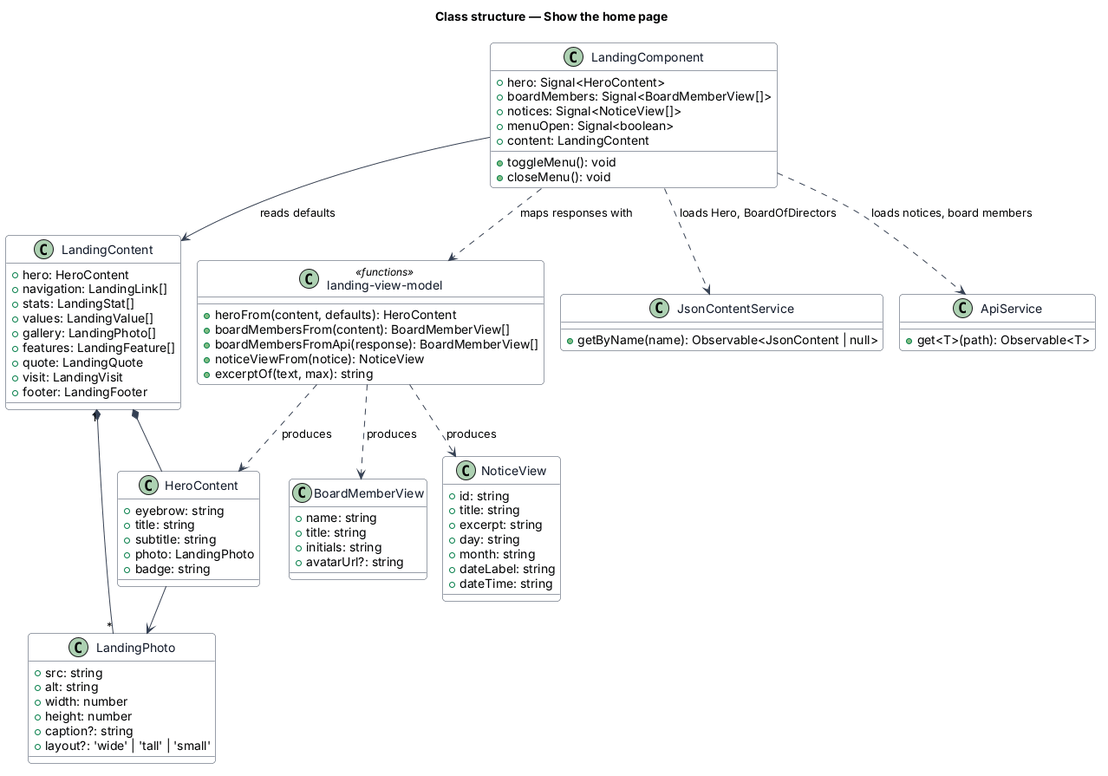
Earlier version of the PlantUML export docs/detailed-designs/public-app/show-home-page/diagrams/class.png (QuinntyneBrown/Coop). Source of this version:
```plantuml
@startuml
!pragma layout smetana
skinparam backgroundColor #FFFFFF
skinparam shadowing false
skinparam roundcorner 8
skinparam defaultFontName Arial
skinparam ArrowColor #344054
skinparam class {
  BorderColor #344054
  FontColor #101828
  BackgroundColor #F9FAFB
}
title Class structure — Show the home page

class LandingComponent {
  +hero: Signal<HeroContent>
  +boardMembers: Signal<BoardMemberView[]>
  +notices: Signal<NoticeView[]>
  +menuOpen: Signal<boolean>
  +content: LandingContent
  +toggleMenu(): void
  +closeMenu(): void
}

class LandingContent {
  +hero: HeroContent
  +navigation: LandingLink[]
  +stats: LandingStat[]
  +values: LandingValue[]
  +gallery: LandingPhoto[]
  +features: LandingFeature[]
  +quote: LandingQuote
  +visit: LandingVisit
  +footer: LandingFooter
}

class HeroContent {
  +eyebrow: string
  +title: string
  +subtitle: string
  +photo: LandingPhoto
  +badge: string
}

class LandingPhoto {
  +src: string
  +alt: string
  +width: number
  +height: number
  +caption?: string
  +layout?: 'wide' | 'tall' | 'small'
}

class BoardMemberView {
  +name: string
  +title: string
  +initials: string
  +avatarUrl?: string
}

class NoticeView {
  +id: string
  +title: string
  +excerpt: string
  +day: string
  +month: string
  +dateLabel: string
  +dateTime: string
}

class "landing-view-model" as VM <<functions>> {
  +heroFrom(content, defaults): HeroContent
  +boardMembersFrom(content): BoardMemberView[]
  +boardMembersFromApi(response): BoardMemberView[]
  +noticeViewFrom(notice): NoticeView
  +excerptOf(text, max): string
}

class JsonContentService {
  +getByName(name): Observable<JsonContent | null>
}

class ApiService {
  +get<T>(path): Observable<T>
}

LandingComponent --> LandingContent : reads defaults
LandingComponent ..> VM : maps responses with
LandingComponent ..> JsonContentService : loads Hero, BoardOfDirectors
LandingComponent ..> ApiService : loads notices, board members
LandingContent *-- HeroContent
LandingContent "1" *-- "*" LandingPhoto
HeroContent --> LandingPhoto
VM ..> HeroContent : produces
VM ..> BoardMemberView : produces
VM ..> NoticeView : produces
@enduml
```
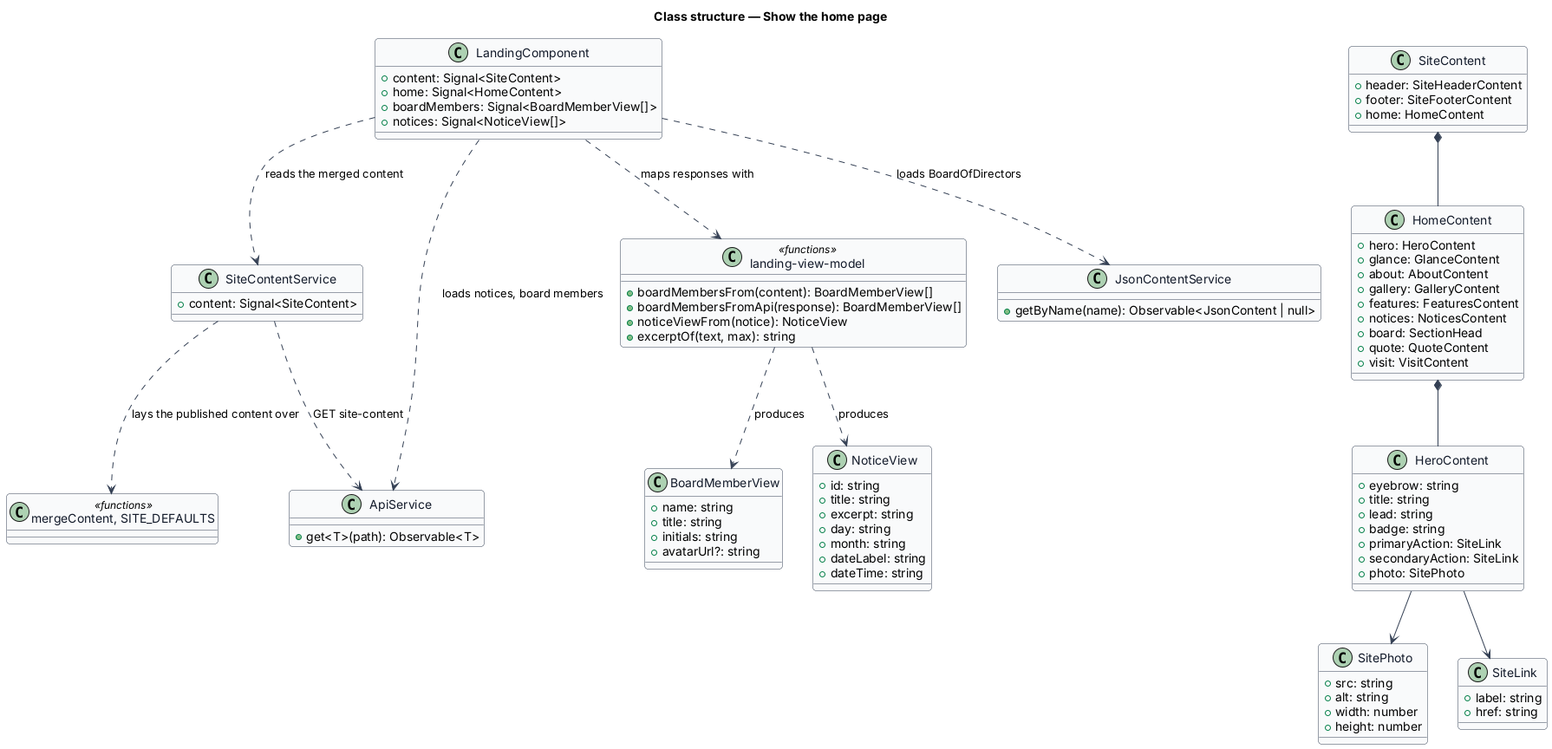
After the commit.

What changed in the source:
```diff
@@ -1,5 +1,4 @@
 @startuml
-!pragma layout smetana
 skinparam backgroundColor #FFFFFF
 skinparam shadowing false
 skinparam roundcorner 8
@@ -13,43 +12,57 @@
 title Class structure — Show the home page
 
 class LandingComponent {
-  +hero: Signal<HeroContent>
+  +content: Signal<SiteContent>
+  +home: Signal<HomeContent>
   +boardMembers: Signal<BoardMemberView[]>
   +notices: Signal<NoticeView[]>
-  +menuOpen: Signal<boolean>
-  +content: LandingContent
-  +toggleMenu(): void
-  +closeMenu(): void
 }
 
-class LandingContent {
+class SiteContentService {
+  +content: Signal<SiteContent>
+}
+
+class SiteContent {
+  +header: SiteHeaderContent
+  +footer: SiteFooterContent
+  +home: HomeContent
+}
+
+class HomeContent {
   +hero: HeroContent
-  +navigation: LandingLink[]
-  +stats: LandingStat[]
-  +values: LandingValue[]
-  +gallery: LandingPhoto[]
-  +features: LandingFeature[]
-  +quote: LandingQuote
-  +visit: LandingVisit
-  +footer: LandingFooter
+  +glance: GlanceContent
+  +about: AboutContent
+  +gallery: GalleryContent
+  +features: FeaturesContent
+  +notices: NoticesContent
+  +board: SectionHead
+  +quote: QuoteContent
+  +visit: VisitContent
 }
 
 class HeroContent {
   +eyebrow: string
   +title: string
-  +subtitle: string
-  +photo: LandingPhoto
+  +lead: string
   +badge: string
+  +primaryAction: SiteLink
+  +secondaryAction: SiteLink
+  +photo: SitePhoto
 }
 
-class LandingPhoto {
+class SitePhoto {
   +src: string
   +alt: string
   +width: number
   +height: number
-  +caption?: string
-  +layout?: 'wide' | 'tall' | 'small'
 }
+
+class SiteLink {
+  +label: string
+  +href: string
+}
+
+class "mergeContent, SITE_DEFAULTS" as Defaults <<functions>>
 
 class BoardMemberView {
   +name: string
@@ -69,7 +82,6 @@
 }
 
 class "landing-view-model" as VM <<functions>> {
-  +heroFrom(content, defaults): HeroContent
   +boardMembersFrom(content): BoardMemberView[]
   +boardMembersFromApi(response): BoardMemberView[]
   +noticeViewFrom(notice): NoticeView
@@ -84,14 +96,16 @@
   +get<T>(path): Observable<T>
 }
 
-LandingComponent --> LandingContent : reads defaults
+LandingComponent ..> SiteContentService : reads the merged content
+SiteContentService ..> Defaults : lays the published content over
+SiteContentService ..> ApiService : GET site-content
+SiteContent *-- HomeContent
+HomeContent *-- HeroContent
+HeroContent --> SitePhoto
+HeroContent --> SiteLink
 LandingComponent ..> VM : maps responses with
-LandingComponent ..> JsonContentService : loads Hero, BoardOfDirectors
+LandingComponent ..> JsonContentService : loads BoardOfDirectors
 LandingComponent ..> ApiService : loads notices, board members
-LandingContent *-- HeroContent
-LandingContent "1" *-- "*" LandingPhoto
-HeroContent --> LandingPhoto
-VM ..> HeroContent : produces
 VM ..> BoardMemberView : produces
 VM ..> NoticeView : produces
 @enduml
```
